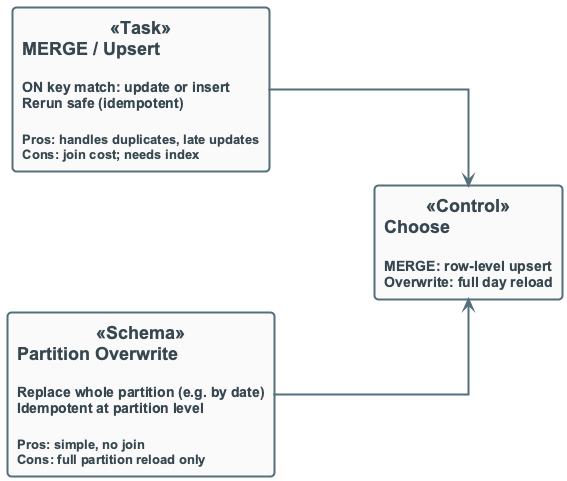
OrPerets/data-engineering-course keeps this PlantUML diagram as diagrams/week04/week4_merge_vs_overwrite.png. Above is the earlier version.
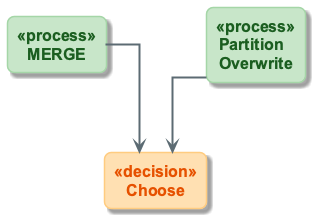
The same file after the commit.

Change to the diagram source:
```diff
@@ -1,14 +1,14 @@
 @startuml
+!include ../_template_styles.puml
+!include _week4_visual_style.puml
 
-!include ../_template_styles.puml
+top to bottom direction
+skinparam nodesep 100
+skinparam ranksep 70
 
-left to right direction
-
-rectangle "**MERGE / Upsert**\n\n<size:14>ON key match: update or insert</size>\n<size:14>Rerun safe (idempotent)</size>\n\n<size:13>Pros: handles duplicates, late updates</size>\n<size:13>Cons: join cost; needs index</size>" as MERGE <<Task>>
-
-rectangle "**Partition Overwrite**\n\n<size:14>Replace whole partition (e.g. by date)</size>\n<size:14>Idempotent at partition level</size>\n\n<size:13>Pros: simple, no join</size>\n<size:13>Cons: full partition reload only</size>" as OVER <<Schema>>
-
-rectangle "**Choose**\n\n<size:14>MERGE: row-level upsert</size>\n<size:14>Overwrite: full day reload</size>" as CHOICE <<Control>>
+rectangle "MERGE" as MERGE <<process>>
+rectangle "Partition\nOverwrite" as OVER <<process>>
+rectangle "Choose" as CHOICE <<decision>>
 
 MERGE -down-> CHOICE
 OVER -down-> CHOICE
```
